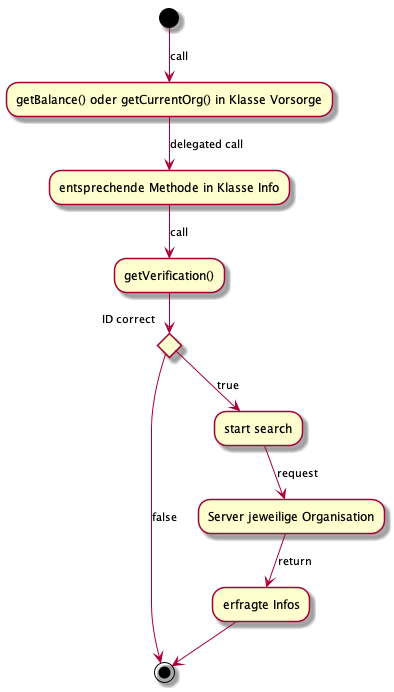
Earlier version of the PlantUML export docs/Aktivitätsdiagram getInfo.png (TK5-Tim/Unibas-BCC2019-VVS).
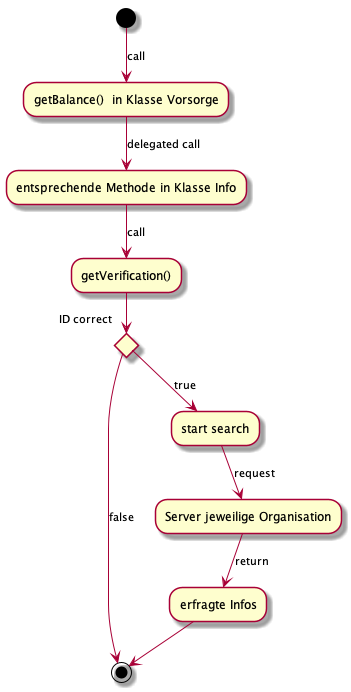
Later version of the same file.

Commit message:
correct error in uml

Diff of the diagram source:
```diff
@@ -1,5 +1,5 @@
 @startuml Aktivitätsdiagram getInfo
-(*) -->[call] "getBalance() oder getCurrentOrg() in Klasse Vorsorge"
+(*) -->[call] "getBalance()  in Klasse Vorsorge"
  --> [delegated call]"entsprechende Methode in Klasse Info"
  --> [call] "getVerification()"
  if "ID correct" then
```
